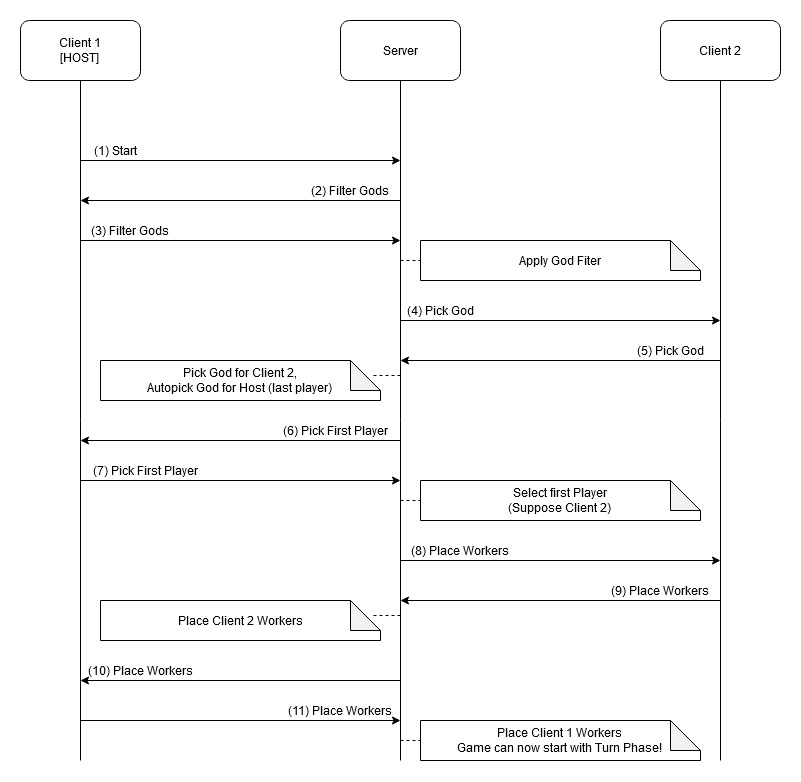
Above: deliverables/img/net/setup.png in rickycorte/ing-sw-2020-attorre-burduja-cortelazzo (draw.io), before the change. Source tidied: cells renumbered, new cells last; positions are measured from the earlier drawing's top-left corner, leaving out a move shared by most shapes. Its diagram source:
```xml
<mxGraphModel background="#ffffff">
  <root>
    <mxCell id="0" />
    <mxCell id="1" parent="0" />
    <mxCell id="2" value="&lt;div&gt;Client 1&lt;/div&gt;&lt;div&gt;[HOST]&lt;br&gt;&lt;/div&gt;" style="rounded=1;whiteSpace=wrap;html=1;" parent="1" vertex="1">
      <mxGeometry width="120" height="60" as="geometry" />
    </mxCell>
    <mxCell id="3" value="Server" style="rounded=1;whiteSpace=wrap;html=1;" parent="1" vertex="1">
      <mxGeometry x="320" width="120" height="60" as="geometry" />
    </mxCell>
    <mxCell id="4" style="endArrow=none;html=1;entryX=0.5;entryY=1;entryDx=0;entryDy=0;" parent="1" edge="1" target="2">
      <mxGeometry relative="1" as="geometry">
        <mxPoint x="60" y="740" as="sourcePoint" />
      </mxGeometry>
    </mxCell>
    <mxCell id="5" style="endArrow=none;html=1;entryX=0.5;entryY=1;entryDx=0;entryDy=0;" parent="1" edge="1" target="3">
      <mxGeometry relative="1" as="geometry">
        <mxPoint x="380" y="740" as="sourcePoint" />
      </mxGeometry>
    </mxCell>
    <mxCell id="6" style="endArrow=classic;html=1;" parent="1" edge="1">
      <mxGeometry relative="1" as="geometry">
        <mxPoint x="60" y="140" as="sourcePoint" />
        <mxPoint x="380" y="140" as="targetPoint" />
      </mxGeometry>
    </mxCell>
    <mxCell id="7" value="(1) Start" style="text;html=1;strokeColor=none;fillColor=none;align=center;verticalAlign=middle;whiteSpace=wrap;rounded=0;" parent="1" vertex="1">
      <mxGeometry x="60" y="120" width="70" height="20" as="geometry" />
    </mxCell>
    <mxCell id="8" value="Client 2" style="rounded=1;whiteSpace=wrap;html=1;" parent="1" vertex="1">
      <mxGeometry x="640" width="120" height="60" as="geometry" />
    </mxCell>
    <mxCell id="9" style="endArrow=none;html=1;entryX=0.5;entryY=1;entryDx=0;entryDy=0;" parent="1" edge="1" target="8">
      <mxGeometry relative="1" as="geometry">
        <mxPoint x="700" y="740" as="sourcePoint" />
      </mxGeometry>
    </mxCell>
    <mxCell id="10" style="endArrow=classic;html=1;" parent="1" edge="1">
      <mxGeometry relative="1" as="geometry">
        <mxPoint x="380" y="180" as="sourcePoint" />
        <mxPoint x="60" y="180" as="targetPoint" />
      </mxGeometry>
    </mxCell>
    <mxCell id="11" value="(2) Filter Gods" style="text;html=1;strokeColor=none;fillColor=none;align=center;verticalAlign=middle;whiteSpace=wrap;rounded=0;" parent="1" vertex="1">
      <mxGeometry x="280" y="160" width="100" height="20" as="geometry" />
    </mxCell>
    <mxCell id="12" style="endArrow=classic;html=1;" parent="1" edge="1">
      <mxGeometry relative="1" as="geometry">
        <mxPoint x="60" y="220" as="sourcePoint" />
        <mxPoint x="380" y="220" as="targetPoint" />
      </mxGeometry>
    </mxCell>
    <mxCell id="13" value="(3) Filter Gods" style="text;html=1;strokeColor=none;fillColor=none;align=center;verticalAlign=middle;whiteSpace=wrap;rounded=0;" parent="1" vertex="1">
      <mxGeometry x="60" y="200" width="100" height="20" as="geometry" />
    </mxCell>
    <mxCell id="14" value="Apply God Fiter" style="shape=note;whiteSpace=wrap;html=1;backgroundOutline=1;darkOpacity=0.05;" parent="1" vertex="1">
      <mxGeometry x="400" y="220" width="280" height="40" as="geometry" />
    </mxCell>
    <mxCell id="15" style="endArrow=classic;html=1;" parent="1" edge="1">
      <mxGeometry relative="1" as="geometry">
        <mxPoint x="380" y="300" as="sourcePoint" />
        <mxPoint x="700" y="300" as="targetPoint" />
      </mxGeometry>
    </mxCell>
    <mxCell id="16" value="(4) Pick God" style="text;html=1;strokeColor=none;fillColor=none;align=center;verticalAlign=middle;whiteSpace=wrap;rounded=0;" parent="1" vertex="1">
      <mxGeometry x="380" y="280" width="80" height="20" as="geometry" />
    </mxCell>
    <mxCell id="17" style="endArrow=classic;html=1;" parent="1" edge="1">
      <mxGeometry relative="1" as="geometry">
        <mxPoint x="700" y="340" as="sourcePoint" />
        <mxPoint x="380" y="340" as="targetPoint" />
      </mxGeometry>
    </mxCell>
    <mxCell id="18" value="(5) Pick God" style="text;html=1;strokeColor=none;fillColor=none;align=center;verticalAlign=middle;whiteSpace=wrap;rounded=0;" parent="1" vertex="1">
      <mxGeometry x="600" y="320" width="100" height="20" as="geometry" />
    </mxCell>
    <mxCell id="19" value="&lt;div&gt;Pick God for Client 2,&lt;/div&gt;&lt;div&gt;Autopick God for Host (last player)&lt;br&gt;&lt;/div&gt;" style="shape=note;whiteSpace=wrap;html=1;backgroundOutline=1;darkOpacity=0.05;" parent="1" vertex="1">
      <mxGeometry x="80" y="340" width="280" height="40" as="geometry" />
    </mxCell>
    <mxCell id="20" style="endArrow=classic;html=1;" parent="1" edge="1">
      <mxGeometry relative="1" as="geometry">
        <mxPoint x="380" y="420" as="sourcePoint" />
        <mxPoint x="60" y="420" as="targetPoint" />
      </mxGeometry>
    </mxCell>
    <mxCell id="21" style="endArrow=none;dashed=1;html=1;entryX=0;entryY=0.5;entryDx=0;entryDy=0;entryPerimeter=0;" parent="1" edge="1" target="14">
      <mxGeometry relative="1" as="geometry">
        <mxPoint x="380" y="240" as="sourcePoint" />
      </mxGeometry>
    </mxCell>
    <mxCell id="22" style="endArrow=none;dashed=1;html=1;exitX=0.975;exitY=0.375;exitDx=0;exitDy=0;exitPerimeter=0;" parent="1" edge="1" source="19">
      <mxGeometry relative="1" as="geometry">
        <mxPoint x="380" y="355" as="targetPoint" />
      </mxGeometry>
    </mxCell>
    <mxCell id="23" value="(6) Pick First Player" style="text;html=1;strokeColor=none;fillColor=none;align=center;verticalAlign=middle;whiteSpace=wrap;rounded=0;" parent="1" vertex="1">
      <mxGeometry x="250" y="400" width="130" height="20" as="geometry" />
    </mxCell>
    <mxCell id="24" style="endArrow=classic;html=1;" parent="1" edge="1">
      <mxGeometry relative="1" as="geometry">
        <mxPoint x="60" y="460" as="sourcePoint" />
        <mxPoint x="380" y="460" as="targetPoint" />
      </mxGeometry>
    </mxCell>
    <mxCell id="25" value="(7) Pick First Player" style="text;html=1;strokeColor=none;fillColor=none;align=center;verticalAlign=middle;whiteSpace=wrap;rounded=0;" parent="1" vertex="1">
      <mxGeometry x="60" y="440" width="130" height="20" as="geometry" />
    </mxCell>
    <mxCell id="26" value="&lt;div&gt;Select first Player&lt;/div&gt;&lt;div&gt;(Suppose Client 2)&lt;br&gt;&lt;/div&gt;" style="shape=note;whiteSpace=wrap;html=1;backgroundOutline=1;darkOpacity=0.05;" parent="1" vertex="1">
      <mxGeometry x="400" y="460" width="280" height="40" as="geometry" />
    </mxCell>
    <mxCell id="27" style="endArrow=none;dashed=1;html=1;entryX=0;entryY=0.5;entryDx=0;entryDy=0;entryPerimeter=0;" parent="1" edge="1" target="26">
      <mxGeometry relative="1" as="geometry">
        <mxPoint x="380" y="480" as="sourcePoint" />
      </mxGeometry>
    </mxCell>
    <mxCell id="28" style="endArrow=classic;html=1;" parent="1" edge="1">
      <mxGeometry relative="1" as="geometry">
        <mxPoint x="380" y="540" as="sourcePoint" />
        <mxPoint x="700" y="540" as="targetPoint" />
      </mxGeometry>
    </mxCell>
    <mxCell id="29" value="(8) Place Workers" style="text;html=1;strokeColor=none;fillColor=none;align=center;verticalAlign=middle;whiteSpace=wrap;rounded=0;" parent="1" vertex="1">
      <mxGeometry x="380" y="520" width="120" height="20" as="geometry" />
    </mxCell>
    <mxCell id="30" style="endArrow=classic;html=1;" parent="1" edge="1">
      <mxGeometry relative="1" as="geometry">
        <mxPoint x="700" y="580" as="sourcePoint" />
        <mxPoint x="380" y="580" as="targetPoint" />
      </mxGeometry>
    </mxCell>
    <mxCell id="31" value="(9) Place Workers" style="text;html=1;strokeColor=none;fillColor=none;align=center;verticalAlign=middle;whiteSpace=wrap;rounded=0;" parent="1" vertex="1">
      <mxGeometry x="580" y="560" width="120" height="20" as="geometry" />
    </mxCell>
    <mxCell id="32" value="Place Client 2 Workers" style="shape=note;whiteSpace=wrap;html=1;backgroundOutline=1;darkOpacity=0.05;" parent="1" vertex="1">
      <mxGeometry x="80" y="580" width="280" height="40" as="geometry" />
    </mxCell>
    <mxCell id="33" style="endArrow=none;dashed=1;html=1;exitX=0.975;exitY=0.375;exitDx=0;exitDy=0;exitPerimeter=0;" parent="1" edge="1" source="32">
      <mxGeometry relative="1" as="geometry">
        <mxPoint x="380" y="595" as="targetPoint" />
      </mxGeometry>
    </mxCell>
    <mxCell id="34" style="endArrow=classic;html=1;" parent="1" edge="1">
      <mxGeometry relative="1" as="geometry">
        <mxPoint x="60" y="700" as="sourcePoint" />
        <mxPoint x="380" y="700" as="targetPoint" />
      </mxGeometry>
    </mxCell>
    <mxCell id="35" value="(10) Place Workers" style="text;html=1;strokeColor=none;fillColor=none;align=center;verticalAlign=middle;whiteSpace=wrap;rounded=0;" parent="1" vertex="1">
      <mxGeometry x="60" y="640" width="120" height="20" as="geometry" />
    </mxCell>
    <mxCell id="36" style="endArrow=classic;html=1;" parent="1" edge="1">
      <mxGeometry relative="1" as="geometry">
        <mxPoint x="380" y="660" as="sourcePoint" />
        <mxPoint x="60" y="660" as="targetPoint" />
      </mxGeometry>
    </mxCell>
    <mxCell id="37" value="(11) Place Workers" style="text;html=1;strokeColor=none;fillColor=none;align=center;verticalAlign=middle;whiteSpace=wrap;rounded=0;" parent="1" vertex="1">
      <mxGeometry x="260" y="680" width="120" height="20" as="geometry" />
    </mxCell>
    <mxCell id="38" value="&lt;div&gt;Place Client 1 Workers&lt;br&gt;&lt;/div&gt;&lt;div&gt;Game can now start with Turn Phase!&lt;br&gt;&lt;/div&gt;" style="shape=note;whiteSpace=wrap;html=1;backgroundOutline=1;darkOpacity=0.05;" parent="1" vertex="1">
      <mxGeometry x="400" y="700" width="280" height="40" as="geometry" />
    </mxCell>
    <mxCell id="39" style="endArrow=none;dashed=1;html=1;entryX=0;entryY=0.5;entryDx=0;entryDy=0;entryPerimeter=0;" parent="1" edge="1" target="38">
      <mxGeometry relative="1" as="geometry">
        <mxPoint x="380" y="720" as="sourcePoint" />
      </mxGeometry>
    </mxCell>
  </root>
</mxGraphModel>
```
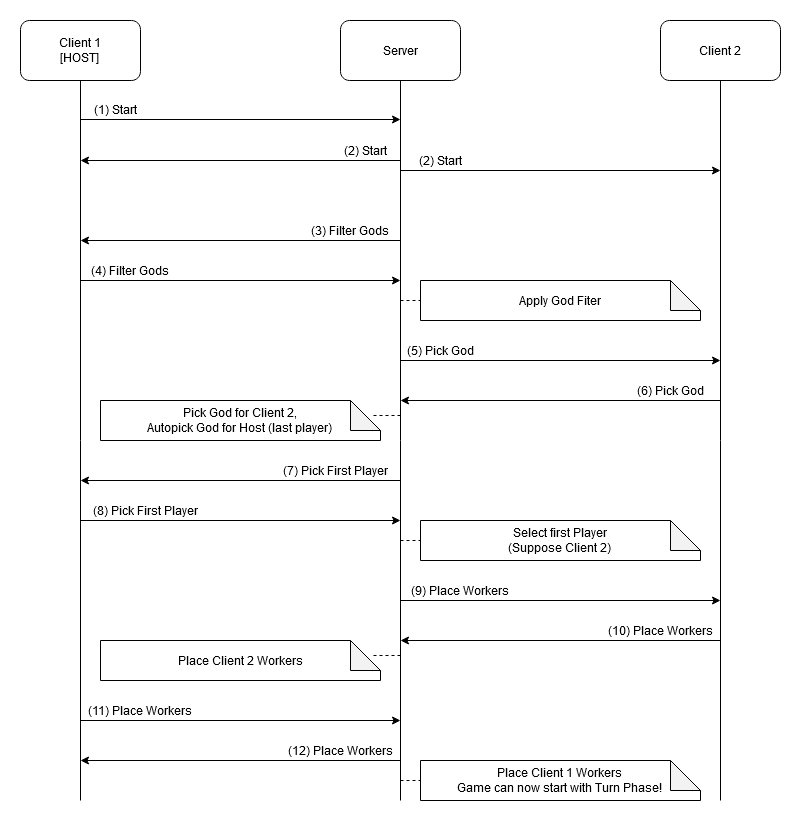
The same diagram one commit later.

Commit message:
Fixed missing breadcast in protocol docs

What changed in the source:
```diff
@@ -3,10 +3,10 @@
     <mxCell id="0" />
     <mxCell id="1" parent="0" />
     <mxCell id="2" value="&lt;div&gt;Client 1&lt;/div&gt;&lt;div&gt;[HOST]&lt;br&gt;&lt;/div&gt;" style="rounded=1;whiteSpace=wrap;html=1;" parent="1" vertex="1">
-      <mxGeometry width="120" height="60" as="geometry" />
+      <mxGeometry y="-40" width="120" height="60" as="geometry" />
     </mxCell>
     <mxCell id="3" value="Server" style="rounded=1;whiteSpace=wrap;html=1;" parent="1" vertex="1">
-      <mxGeometry x="320" width="120" height="60" as="geometry" />
+      <mxGeometry x="320" y="-40" width="120" height="60" as="geometry" />
     </mxCell>
     <mxCell id="4" style="endArrow=none;html=1;entryX=0.5;entryY=1;entryDx=0;entryDy=0;" parent="1" edge="1" target="2">
       <mxGeometry relative="1" as="geometry">
@@ -20,15 +20,15 @@
     </mxCell>
     <mxCell id="6" style="endArrow=classic;html=1;" parent="1" edge="1">
       <mxGeometry relative="1" as="geometry">
-        <mxPoint x="60" y="140" as="sourcePoint" />
-        <mxPoint x="380" y="140" as="targetPoint" />
+        <mxPoint x="60" y="59" as="sourcePoint" />
+        <mxPoint x="380" y="59" as="targetPoint" />
       </mxGeometry>
     </mxCell>
     <mxCell id="7" value="(1) Start" style="text;html=1;strokeColor=none;fillColor=none;align=center;verticalAlign=middle;whiteSpace=wrap;rounded=0;" parent="1" vertex="1">
-      <mxGeometry x="60" y="120" width="70" height="20" as="geometry" />
+      <mxGeometry x="60" y="39" width="70" height="20" as="geometry" />
     </mxCell>
     <mxCell id="8" value="Client 2" style="rounded=1;whiteSpace=wrap;html=1;" parent="1" vertex="1">
-      <mxGeometry x="640" width="120" height="60" as="geometry" />
+      <mxGeometry x="640" y="-40" width="120" height="60" as="geometry" />
     </mxCell>
     <mxCell id="9" style="endArrow=none;html=1;entryX=0.5;entryY=1;entryDx=0;entryDy=0;" parent="1" edge="1" target="8">
       <mxGeometry relative="1" as="geometry">
@@ -41,7 +41,7 @@
         <mxPoint x="60" y="180" as="targetPoint" />
       </mxGeometry>
     </mxCell>
-    <mxCell id="11" value="(2) Filter Gods" style="text;html=1;strokeColor=none;fillColor=none;align=center;verticalAlign=middle;whiteSpace=wrap;rounded=0;" parent="1" vertex="1">
+    <mxCell id="11" value="(3) Filter Gods" style="text;html=1;strokeColor=none;fillColor=none;align=center;verticalAlign=middle;whiteSpace=wrap;rounded=0;" parent="1" vertex="1">
       <mxGeometry x="280" y="160" width="100" height="20" as="geometry" />
     </mxCell>
     <mxCell id="12" style="endArrow=classic;html=1;" parent="1" edge="1">
@@ -50,7 +50,7 @@
         <mxPoint x="380" y="220" as="targetPoint" />
       </mxGeometry>
     </mxCell>
-    <mxCell id="13" value="(3) Filter Gods" style="text;html=1;strokeColor=none;fillColor=none;align=center;verticalAlign=middle;whiteSpace=wrap;rounded=0;" parent="1" vertex="1">
+    <mxCell id="13" value="(4) Filter Gods" style="text;html=1;strokeColor=none;fillColor=none;align=center;verticalAlign=middle;whiteSpace=wrap;rounded=0;" parent="1" vertex="1">
       <mxGeometry x="60" y="200" width="100" height="20" as="geometry" />
     </mxCell>
     <mxCell id="14" value="Apply God Fiter" style="shape=note;whiteSpace=wrap;html=1;backgroundOutline=1;darkOpacity=0.05;" parent="1" vertex="1">
@@ -62,7 +62,7 @@
         <mxPoint x="700" y="300" as="targetPoint" />
       </mxGeometry>
     </mxCell>
-    <mxCell id="16" value="(4) Pick God" style="text;html=1;strokeColor=none;fillColor=none;align=center;verticalAlign=middle;whiteSpace=wrap;rounded=0;" parent="1" vertex="1">
+    <mxCell id="16" value="(5) Pick God" style="text;html=1;strokeColor=none;fillColor=none;align=center;verticalAlign=middle;whiteSpace=wrap;rounded=0;" parent="1" vertex="1">
       <mxGeometry x="380" y="280" width="80" height="20" as="geometry" />
     </mxCell>
     <mxCell id="17" style="endArrow=classic;html=1;" parent="1" edge="1">
@@ -71,7 +71,7 @@
         <mxPoint x="380" y="340" as="targetPoint" />
       </mxGeometry>
     </mxCell>
-    <mxCell id="18" value="(5) Pick God" style="text;html=1;strokeColor=none;fillColor=none;align=center;verticalAlign=middle;whiteSpace=wrap;rounded=0;" parent="1" vertex="1">
+    <mxCell id="18" value="(6) Pick God" style="text;html=1;strokeColor=none;fillColor=none;align=center;verticalAlign=middle;whiteSpace=wrap;rounded=0;" parent="1" vertex="1">
       <mxGeometry x="600" y="320" width="100" height="20" as="geometry" />
     </mxCell>
     <mxCell id="19" value="&lt;div&gt;Pick God for Client 2,&lt;/div&gt;&lt;div&gt;Autopick God for Host (last player)&lt;br&gt;&lt;/div&gt;" style="shape=note;whiteSpace=wrap;html=1;backgroundOutline=1;darkOpacity=0.05;" parent="1" vertex="1">
@@ -93,7 +93,7 @@
         <mxPoint x="380" y="355" as="targetPoint" />
       </mxGeometry>
     </mxCell>
-    <mxCell id="23" value="(6) Pick First Player" style="text;html=1;strokeColor=none;fillColor=none;align=center;verticalAlign=middle;whiteSpace=wrap;rounded=0;" parent="1" vertex="1">
+    <mxCell id="23" value="(7) Pick First Player" style="text;html=1;strokeColor=none;fillColor=none;align=center;verticalAlign=middle;whiteSpace=wrap;rounded=0;" parent="1" vertex="1">
       <mxGeometry x="250" y="400" width="130" height="20" as="geometry" />
     </mxCell>
     <mxCell id="24" style="endArrow=classic;html=1;" parent="1" edge="1">
@@ -102,7 +102,7 @@
         <mxPoint x="380" y="460" as="targetPoint" />
       </mxGeometry>
     </mxCell>
-    <mxCell id="25" value="(7) Pick First Player" style="text;html=1;strokeColor=none;fillColor=none;align=center;verticalAlign=middle;whiteSpace=wrap;rounded=0;" parent="1" vertex="1">
+    <mxCell id="25" value="(8) Pick First Player" style="text;html=1;strokeColor=none;fillColor=none;align=center;verticalAlign=middle;whiteSpace=wrap;rounded=0;" parent="1" vertex="1">
       <mxGeometry x="60" y="440" width="130" height="20" as="geometry" />
     </mxCell>
     <mxCell id="26" value="&lt;div&gt;Select first Player&lt;/div&gt;&lt;div&gt;(Suppose Client 2)&lt;br&gt;&lt;/div&gt;" style="shape=note;whiteSpace=wrap;html=1;backgroundOutline=1;darkOpacity=0.05;" parent="1" vertex="1">
@@ -119,7 +119,7 @@
         <mxPoint x="700" y="540" as="targetPoint" />
       </mxGeometry>
     </mxCell>
-    <mxCell id="29" value="(8) Place Workers" style="text;html=1;strokeColor=none;fillColor=none;align=center;verticalAlign=middle;whiteSpace=wrap;rounded=0;" parent="1" vertex="1">
+    <mxCell id="29" value="(9) Place Workers" style="text;html=1;strokeColor=none;fillColor=none;align=center;verticalAlign=middle;whiteSpace=wrap;rounded=0;" parent="1" vertex="1">
       <mxGeometry x="380" y="520" width="120" height="20" as="geometry" />
     </mxCell>
     <mxCell id="30" style="endArrow=classic;html=1;" parent="1" edge="1">
@@ -128,7 +128,7 @@
         <mxPoint x="380" y="580" as="targetPoint" />
       </mxGeometry>
     </mxCell>
-    <mxCell id="31" value="(9) Place Workers" style="text;html=1;strokeColor=none;fillColor=none;align=center;verticalAlign=middle;whiteSpace=wrap;rounded=0;" parent="1" vertex="1">
+    <mxCell id="31" value="(10) Place Workers" style="text;html=1;strokeColor=none;fillColor=none;align=center;verticalAlign=middle;whiteSpace=wrap;rounded=0;" parent="1" vertex="1">
       <mxGeometry x="580" y="560" width="120" height="20" as="geometry" />
     </mxCell>
     <mxCell id="32" value="Place Client 2 Workers" style="shape=note;whiteSpace=wrap;html=1;backgroundOutline=1;darkOpacity=0.05;" parent="1" vertex="1">
@@ -141,20 +141,20 @@
     </mxCell>
     <mxCell id="34" style="endArrow=classic;html=1;" parent="1" edge="1">
       <mxGeometry relative="1" as="geometry">
-        <mxPoint x="60" y="700" as="sourcePoint" />
-        <mxPoint x="380" y="700" as="targetPoint" />
+        <mxPoint x="60" y="660" as="sourcePoint" />
+        <mxPoint x="380" y="660" as="targetPoint" />
       </mxGeometry>
     </mxCell>
-    <mxCell id="35" value="(10) Place Workers" style="text;html=1;strokeColor=none;fillColor=none;align=center;verticalAlign=middle;whiteSpace=wrap;rounded=0;" parent="1" vertex="1">
+    <mxCell id="35" value="(11) Place Workers" style="text;html=1;strokeColor=none;fillColor=none;align=center;verticalAlign=middle;whiteSpace=wrap;rounded=0;" parent="1" vertex="1">
       <mxGeometry x="60" y="640" width="120" height="20" as="geometry" />
     </mxCell>
     <mxCell id="36" style="endArrow=classic;html=1;" parent="1" edge="1">
       <mxGeometry relative="1" as="geometry">
-        <mxPoint x="380" y="660" as="sourcePoint" />
-        <mxPoint x="60" y="660" as="targetPoint" />
+        <mxPoint x="380" y="700" as="sourcePoint" />
+        <mxPoint x="60" y="700" as="targetPoint" />
       </mxGeometry>
     </mxCell>
-    <mxCell id="37" value="(11) Place Workers" style="text;html=1;strokeColor=none;fillColor=none;align=center;verticalAlign=middle;whiteSpace=wrap;rounded=0;" parent="1" vertex="1">
+    <mxCell id="37" value="(12) Place Workers" style="text;html=1;strokeColor=none;fillColor=none;align=center;verticalAlign=middle;whiteSpace=wrap;rounded=0;" parent="1" vertex="1">
       <mxGeometry x="260" y="680" width="120" height="20" as="geometry" />
     </mxCell>
     <mxCell id="38" value="&lt;div&gt;Place Client 1 Workers&lt;br&gt;&lt;/div&gt;&lt;div&gt;Game can now start with Turn Phase!&lt;br&gt;&lt;/div&gt;" style="shape=note;whiteSpace=wrap;html=1;backgroundOutline=1;darkOpacity=0.05;" parent="1" vertex="1">
@@ -165,5 +165,23 @@
         <mxPoint x="380" y="720" as="sourcePoint" />
       </mxGeometry>
     </mxCell>
+    <mxCell id="40" style="endArrow=classic;html=1;" parent="1" edge="1">
+      <mxGeometry relative="1" as="geometry">
+        <mxPoint x="380" y="110" as="sourcePoint" />
+        <mxPoint x="700" y="110" as="targetPoint" />
+      </mxGeometry>
+    </mxCell>
+    <mxCell id="41" style="endArrow=classic;html=1;" parent="1" edge="1">
+      <mxGeometry relative="1" as="geometry">
+        <mxPoint x="380" y="100" as="sourcePoint" />
+        <mxPoint x="60" y="100" as="targetPoint" />
+      </mxGeometry>
+    </mxCell>
+    <mxCell id="42" value="(2) Start" style="text;html=1;strokeColor=none;fillColor=none;align=center;verticalAlign=middle;whiteSpace=wrap;rounded=0;" parent="1" vertex="1">
+      <mxGeometry x="310" y="80" width="70" height="20" as="geometry" />
+    </mxCell>
+    <mxCell id="43" value="(2) Start" style="text;html=1;strokeColor=none;fillColor=none;align=center;verticalAlign=middle;whiteSpace=wrap;rounded=0;" parent="1" vertex="1">
+      <mxGeometry x="385" y="90" width="70" height="20" as="geometry" />
+    </mxCell>
   </root>
 </mxGraphModel>
```
